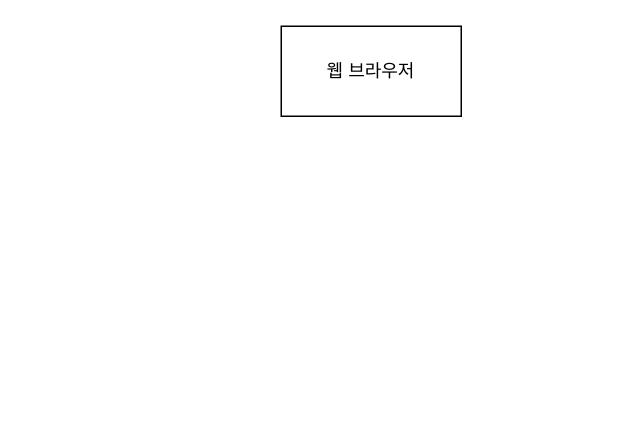
Above: res/제목 없는 다이어그램.drawio in MainUps/StarHub (draw.io), before the change. Source tidied: cells renumbered, new cells numbered last; positions are measured from the earlier drawing's top-left corner, leaving out a move shared by most shapes. Both pictures are drawn from the tidied source at 150%, with x=0, y=0 at pixel (280, 26).
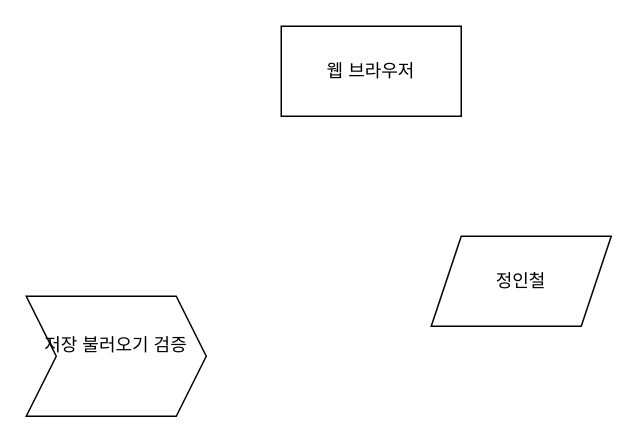
The same page after the edit.

Commit message:
제목 없는 다이어그램.drawio 업데이트

What changed in the source:
```diff
@@
 <mxGraphModel>
   <root>
     <mxCell id="0" />
     <mxCell id="1" parent="0" />
     <mxCell id="2" value="웹 브라우저" style="rounded=0;whiteSpace=wrap;html=1;" parent="1" vertex="1">
       <mxGeometry width="120" height="60" as="geometry" />
     </mxCell>
+    <mxCell id="3" value="정인철" style="shape=parallelogram;perimeter=parallelogramPerimeter;whiteSpace=wrap;html=1;fixedSize=1;" parent="1" vertex="1">
+      <mxGeometry x="100" y="140" width="120" height="60" as="geometry" />
+    </mxCell>
+    <mxCell id="4" value="&lt;div&gt;저장 불러오기 검증&lt;/div&gt;&lt;div&gt;&lt;br&gt;&lt;/div&gt;" style="shape=step;perimeter=stepPerimeter;whiteSpace=wrap;html=1;fixedSize=1;" parent="1" vertex="1">
+      <mxGeometry x="-170" y="180" width="120" height="80" as="geometry" />
+    </mxCell>
   </root>
 </mxGraphModel>
```
